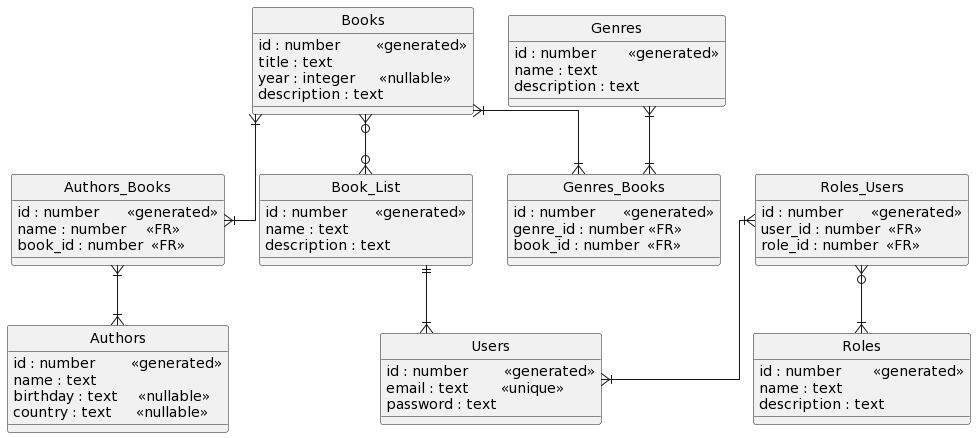
Earlier version of the PlantUML export PlantUML/ERD_image.png (kizukkk/my-bookshelf-api). Source of this version:
```plantuml
@startuml
hide circle

skinparam linetype ortho

entity "Books" as e01 {
  id : number         <<generated>>
  title : text
  year : integer      <<nullable>>
  description : text
}

entity "Users" as e02 {
  id : number         <<generated>>
  email : text        <<unique>>
  password : text
}

entity "Authors" as e03 {
  id : number         <<generated>>
  name : text
  birthday : text     <<nullable>>
  country : text      <<nullable>>
}

entity "Roles" as e04 {
  id : number        <<generated>>
  name : text
  description : text
}

entity "Book_List" as e05 {
  id : number       <<generated>>
  name : text
  description : text
}

entity "Genres" as e06 {
  id : number        <<generated>>
  name : text
  description : text
}

entity "Roles_Users" as e07 {
  id : number       <<generated>>
  user_id : number  <<FR>>
  role_id : number  <<FR>>
}

entity "Genres_Books" as e08 {
  id : number       <<generated>>
  genre_id : number <<FR>>
  book_id : number  <<FR>>
}

entity "Authors_Books" as e09 {
  id : number       <<generated>>
  name : number     <<FR>>
  book_id : number  <<FR>>
}

 e01 }|--|{ e09
 e09 }|--|{ e03

 e01 }|--|{ e08
 e06 }|--|{ e08

 e01 }o--o{ e05
 e05 ||--|{ e02

 e07 }|--|{ e02
 e07 }o--|{ e04
@enduml
```
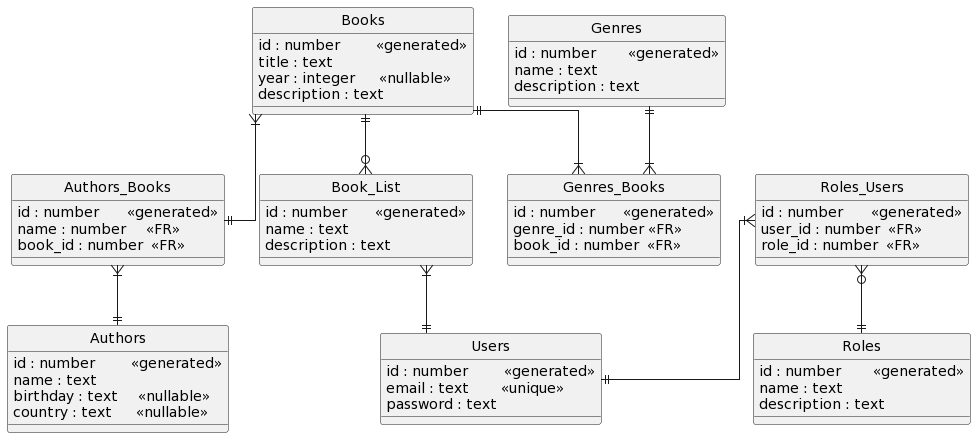
After the change.

Commit message:
Modife Relationship and Image

Diff of the diagram source:
```diff
@@ -59,15 +59,15 @@
   book_id : number  <<FR>>
 }
 
- e01 }|--|{ e09
- e09 }|--|{ e03
+ e01 }|--|| e09
+ e09 }|--|| e03
 
- e01 }|--|{ e08
- e06 }|--|{ e08
+ e01 ||--|{ e08
+ e06 ||--|{ e08
 
- e01 }o--o{ e05
- e05 ||--|{ e02
+ e01 ||--o{ e05
+ e05 }|--|| e02
 
- e07 }|--|{ e02
- e07 }o--|{ e04
+ e07 }|--|| e02
+ e07 }o--|| e04
 @enduml
```
